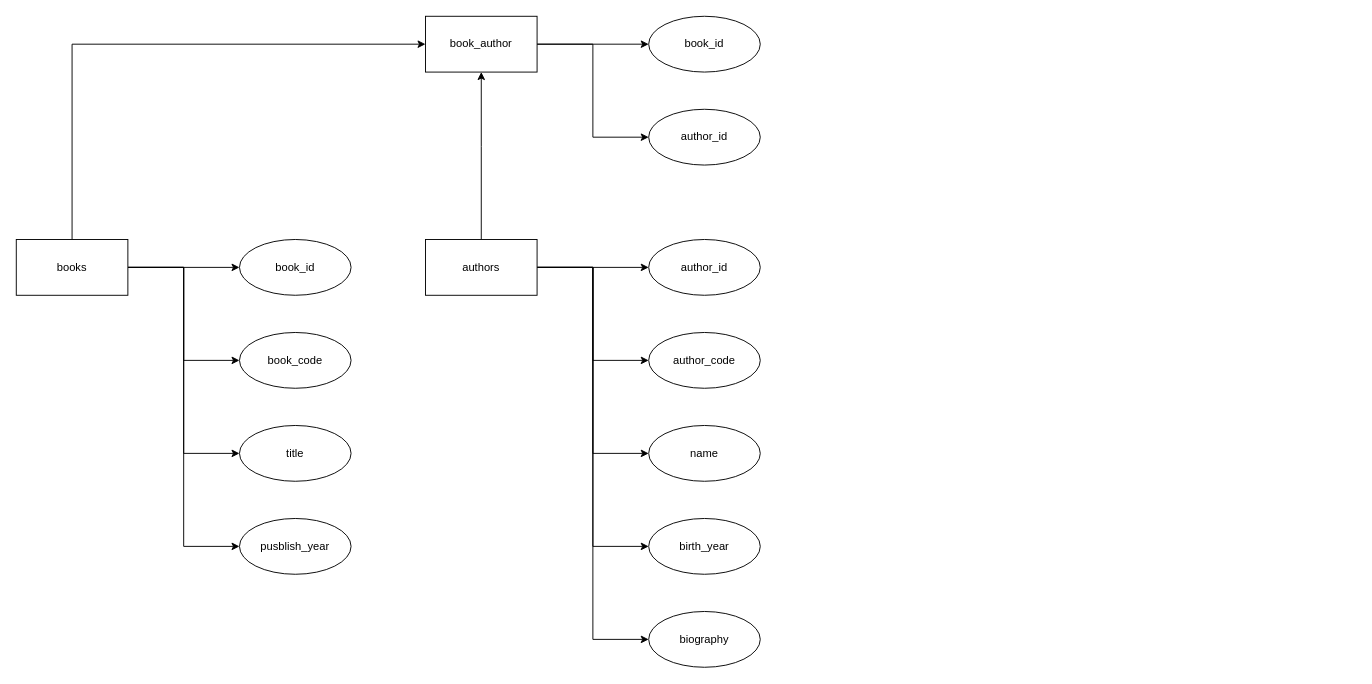
Before: b1.drawio in trung2007hs-jpg/NguyenPhamHoangTrung_B25DTCN211_CNTT6_CSDL_Session01_BTVN001, a draw.io diagram. Source tidied: cells renumbered, new cells numbered last; positions are measured from the earlier drawing's top-left corner, leaving out a move shared by most shapes. Both pictures are drawn from the tidied source at 93%, with x=0, y=0 at pixel (16, 16).
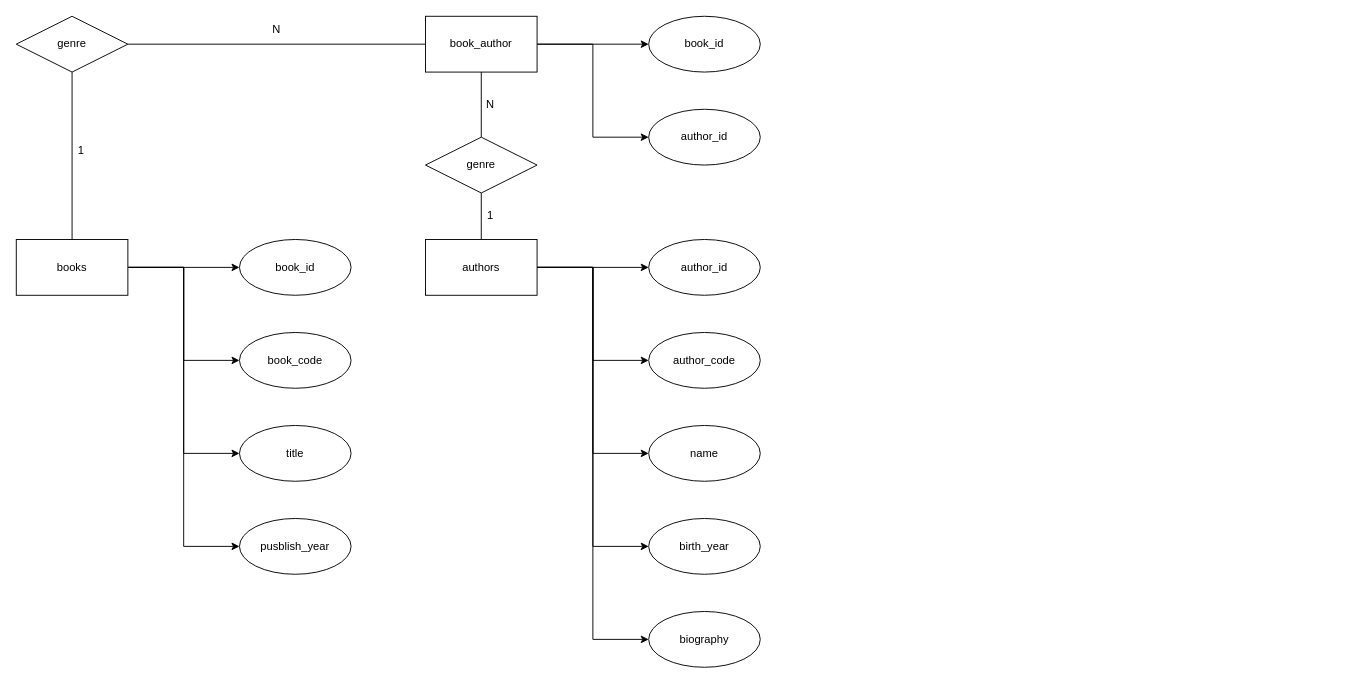
The same diagram, later.

The change refers to these unchanged cells:
```xml
<mxCell id="9" value="books" style="rounded=0;whiteSpace=wrap;html=1;" parent="1" vertex="1">
  <mxGeometry y="240" width="120" height="60" as="geometry" />
</mxCell>
<mxCell id="20" value="authors" style="rounded=0;whiteSpace=wrap;html=1;" parent="1" vertex="1">
  <mxGeometry x="440" y="240" width="120" height="60" as="geometry" />
</mxCell>
<mxCell id="26" value="&lt;br&gt;book_author&lt;div&gt;&lt;br/&gt;&lt;/div&gt;" style="rounded=0;whiteSpace=wrap;html=1;" parent="1" vertex="1">
  <mxGeometry x="440" width="120" height="60" as="geometry" />
</mxCell>
```

What changed in the source:
```diff
@@
-    <mxCell id="8" style="edgeStyle=orthogonalEdgeStyle;rounded=0;jettySize=auto;html=1;entryX=0;entryY=0.5;entryDx=0;entryDy=0;" parent="1" edge="1" source="9" target="26">
-      <mxGeometry relative="1" as="geometry">
-        <Array as="points">
-          <mxPoint x="60" y="30" />
-        </Array>
-      </mxGeometry>
-    </mxCell>
+    <mxCell id="30" style="edgeStyle=orthogonalEdgeStyle;rounded=0;jettySize=auto;html=1;entryX=0.5;entryY=1;entryDx=0;entryDy=0;endArrow=none;endFill=0;" parent="1" edge="1" source="9" target="33">
+      <mxGeometry relative="1" as="geometry" />
+    </mxCell>
@@
-    <mxCell id="19" style="edgeStyle=orthogonalEdgeStyle;rounded=0;jettySize=auto;html=1;entryX=0.5;entryY=1;entryDx=0;entryDy=0;" parent="1" edge="1" source="20" target="26">
-      <mxGeometry relative="1" as="geometry">
-        <Array as="points">
-          <mxPoint x="500" y="140" />
-          <mxPoint x="500" y="140" />
-        </Array>
-      </mxGeometry>
-    </mxCell>
+    <mxCell id="31" style="edgeStyle=orthogonalEdgeStyle;rounded=0;jettySize=auto;html=1;endArrow=none;endFill=0;" parent="1" edge="1" source="20" target="37">
+      <mxGeometry relative="1" as="geometry" />
+    </mxCell>
@@
+    <mxCell id="32" style="edgeStyle=orthogonalEdgeStyle;rounded=0;jettySize=auto;html=1;entryX=0;entryY=0.5;entryDx=0;entryDy=0;endArrow=none;endFill=0;" parent="1" edge="1" source="33" target="26">
+      <mxGeometry relative="1" as="geometry" />
+    </mxCell>
+    <mxCell id="33" value="genre" style="rhombus;whiteSpace=wrap;html=1;" parent="1" vertex="1">
+      <mxGeometry width="120" height="60" as="geometry" />
+    </mxCell>
+    <mxCell id="34" value="1" style="text;html=1;whiteSpace=wrap;strokeColor=none;fillColor=none;align=center;verticalAlign=middle;rounded=0;" parent="1" vertex="1">
+      <mxGeometry x="40" y="130" width="60" height="30" as="geometry" />
+    </mxCell>
+    <mxCell id="35" value="N" style="text;html=1;whiteSpace=wrap;strokeColor=none;fillColor=none;align=center;verticalAlign=middle;rounded=0;" parent="1" vertex="1">
+      <mxGeometry x="250" width="60" height="30" as="geometry" />
+    </mxCell>
+    <mxCell id="36" style="edgeStyle=orthogonalEdgeStyle;rounded=0;jettySize=auto;html=1;entryX=0.5;entryY=1;entryDx=0;entryDy=0;endArrow=none;endFill=0;" parent="1" edge="1" source="37" target="26">
+      <mxGeometry relative="1" as="geometry" />
+    </mxCell>
+    <mxCell id="37" value="genre" style="rhombus;whiteSpace=wrap;html=1;" parent="1" vertex="1">
+      <mxGeometry x="440" y="130" width="120" height="60" as="geometry" />
+    </mxCell>
+    <mxCell id="38" value="1" style="text;html=1;whiteSpace=wrap;strokeColor=none;fillColor=none;align=center;verticalAlign=middle;rounded=0;" parent="1" vertex="1">
+      <mxGeometry x="480" y="200" width="60" height="30" as="geometry" />
+    </mxCell>
+    <mxCell id="39" value="N" style="text;html=1;whiteSpace=wrap;strokeColor=none;fillColor=none;align=center;verticalAlign=middle;rounded=0;" parent="1" vertex="1">
+      <mxGeometry x="480" y="80" width="60" height="30" as="geometry" />
+    </mxCell>
```
